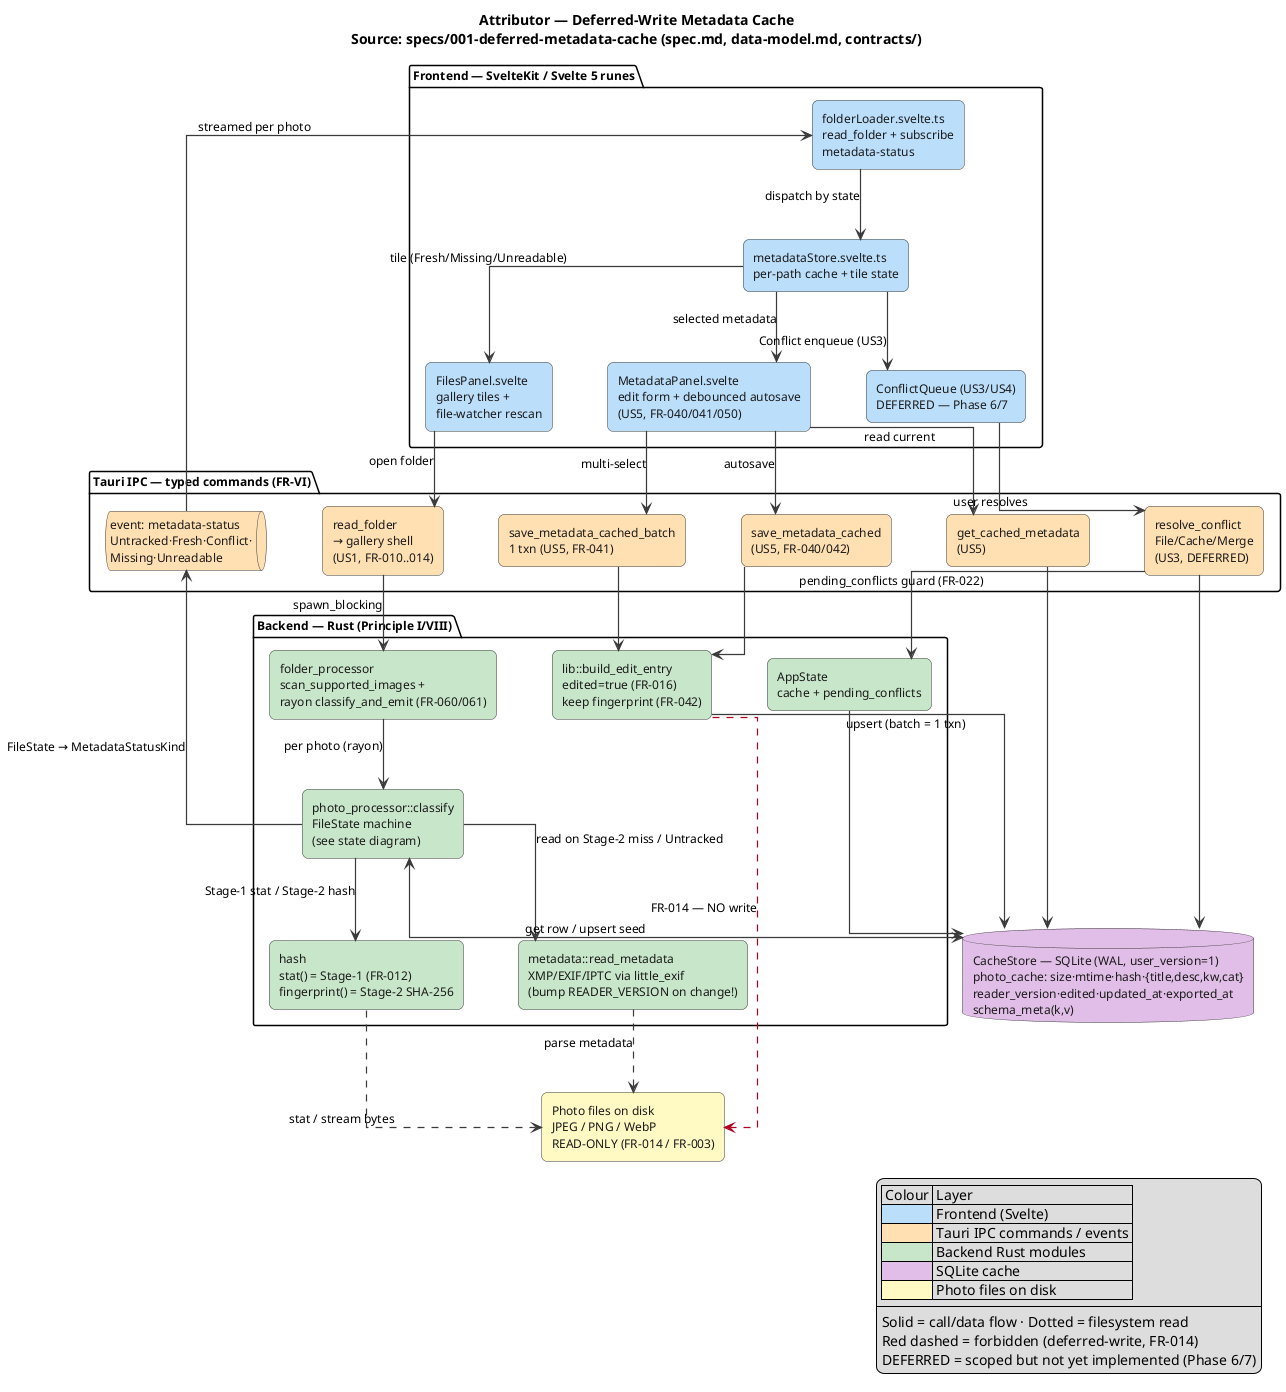
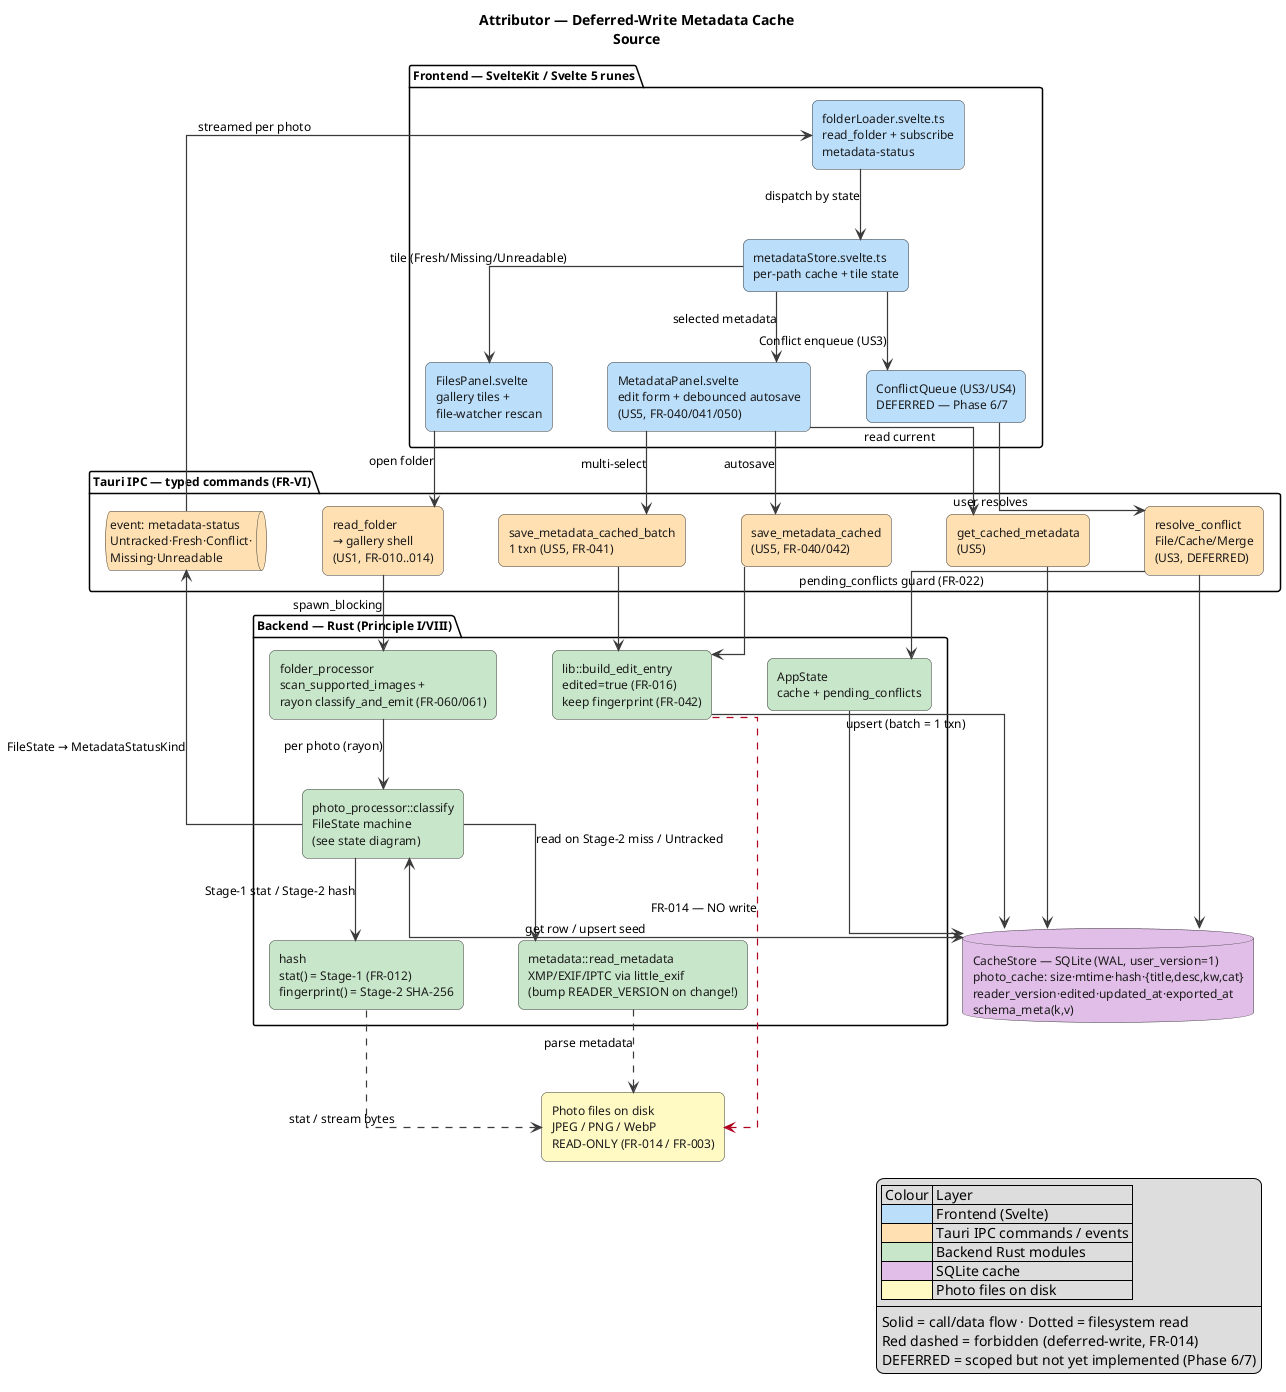
@startuml feature-deferred-metadata-cache
- title Attributor — Deferred-Write Metadata Cache\nSource: specs/001-deferred-metadata-cache (spec.md, data-model.md, contracts/)
+ title Attributor — Deferred-Write Metadata Cache\nSource

' ── Global look & feel ───────────────────────────────────────────────
skinparam linetype ortho
skinparam nodesep 55
skinparam ranksep 70
skinparam shadowing false
skinparam defaultFontName "Segoe UI"
skinparam defaultFontSize 12
skinparam ArrowColor #3A3A3A
skinparam ArrowThickness 1.2
skinparam rectangle {
  BorderColor #3A3A3A
  FontColor #1A1A1A
  roundCorner 12
}
skinparam database {
  BorderColor #3A3A3A
  FontColor #1A1A1A
}
skinparam queue {
  BorderColor #3A3A3A
  FontColor #1A1A1A
}

' Layer colours:
'  Frontend #BBDEFB · IPC #FFE0B2 · Backend #C8E6C9 · Storage #E1BEE7 · Disk #FFF9C4

' ── Frontend (US1/US2/US3/US5 consumers) ─────────────────────────────
package "Frontend — SvelteKit / Svelte 5 runes" {
  rectangle "FilesPanel.svelte\ngallery tiles +\nfile-watcher rescan" as FP #BBDEFB
  rectangle "MetadataPanel.svelte\nedit form + debounced autosave\n(US5, FR-040/041/050)" as MP #BBDEFB
  rectangle "folderLoader.svelte.ts\nread_folder + subscribe\nmetadata-status" as FL #BBDEFB
  rectangle "metadataStore.svelte.ts\nper-path cache + tile state" as MS #BBDEFB
  rectangle "ConflictQueue (US3/US4)\nDEFERRED — Phase 6/7" as CQ #BBDEFB
}

' ── Tauri IPC (contracts/tauri-commands.md) ──────────────────────────
package "Tauri IPC — typed commands (FR-VI)" {
  rectangle "read_folder\n→ gallery shell\n(US1, FR-010..014)" as C_READ #FFE0B2
  rectangle "save_metadata_cached\n(US5, FR-040/042)" as C_SAVE #FFE0B2
  rectangle "save_metadata_cached_batch\n1 txn (US5, FR-041)" as C_BATCH #FFE0B2
  rectangle "get_cached_metadata\n(US5)" as C_GET #FFE0B2
  rectangle "resolve_conflict\nFile/Cache/Merge\n(US3, DEFERRED)" as C_RES #FFE0B2
  queue "event: metadata-status\nUntracked·Fresh·Conflict·\nMissing·Unreadable" as EV #FFE0B2
}

' ── Backend (Rust modules) ───────────────────────────────────────────
package "Backend — Rust (Principle I/VIII)" {
  rectangle "folder_processor\nscan_supported_images +\nrayon classify_and_emit (FR-060/061)" as FPROC #C8E6C9
  rectangle "photo_processor::classify\nFileState machine\n(see state diagram)" as PP #C8E6C9
  rectangle "hash\nstat() = Stage-1 (FR-012)\nfingerprint() = Stage-2 SHA-256" as HASH #C8E6C9
  rectangle "metadata::read_metadata\nXMP/EXIF/IPTC via little_exif\n(bump READER_VERSION on change!)" as MD #C8E6C9
  rectangle "lib::build_edit_entry\nedited=true (FR-016)\nkeep fingerprint (FR-042)" as BEE #C8E6C9
  rectangle "AppState\ncache + pending_conflicts" as AS #C8E6C9
}

' ── Storage + disk ───────────────────────────────────────────────────
database "CacheStore — SQLite (WAL, user_version=1)\nphoto_cache: size·mtime·hash·{title,desc,kw,cat}\nreader_version·edited·updated_at·exported_at\nschema_meta(k,v)" as DB #E1BEE7
rectangle "Photo files on disk\nJPEG / PNG / WebP\nREAD-ONLY (FR-014 / FR-003)" as DISK #FFF9C4

' ── US1/US2 open-folder + classify flow ──────────────────────────────
FP --> C_READ : open folder
C_READ --> FPROC : spawn_blocking
FPROC --> PP : per photo (rayon)
PP --> HASH : Stage-1 stat / Stage-2 hash
PP --> MD : read on Stage-2 miss / Untracked
HASH ..> DISK : stat / stream bytes
MD ..> DISK : parse metadata
PP <--> DB : get row / upsert seed
PP --> EV : FileState → MetadataStatusKind
EV --> FL : streamed per photo
FL --> MS : dispatch by state
MS --> FP : tile (Fresh/Missing/Unreadable)
MS --> MP : selected metadata
MS --> CQ : Conflict enqueue (US3)

' ── US5 deferred-write edit flow ─────────────────────────────────────
MP --> C_SAVE : autosave
MP --> C_BATCH : multi-select
MP --> C_GET : read current
CQ --> C_RES : user resolves
C_SAVE --> BEE
C_BATCH --> BEE
C_RES --> AS : pending_conflicts guard (FR-022)
BEE --> DB : upsert (batch = 1 txn)
C_GET --> DB
C_RES --> DB
AS --> DB

' Hard invariant: edits never touch the file
BEE -[#B00020,dashed]-> DISK : FR-014 — NO write

legend right
  | Colour | Layer |
  |<#BBDEFB>   | Frontend (Svelte) |
  |<#FFE0B2>   | Tauri IPC commands / events |
  |<#C8E6C9>   | Backend Rust modules |
  |<#E1BEE7>   | SQLite cache |
  |<#FFF9C4>   | Photo files on disk |
  ----
  Solid = call/data flow · Dotted = filesystem read
  Red dashed = forbidden (deferred-write, FR-014)
  DEFERRED = scoped but not yet implemented (Phase 6/7)
endlegend

@enduml
